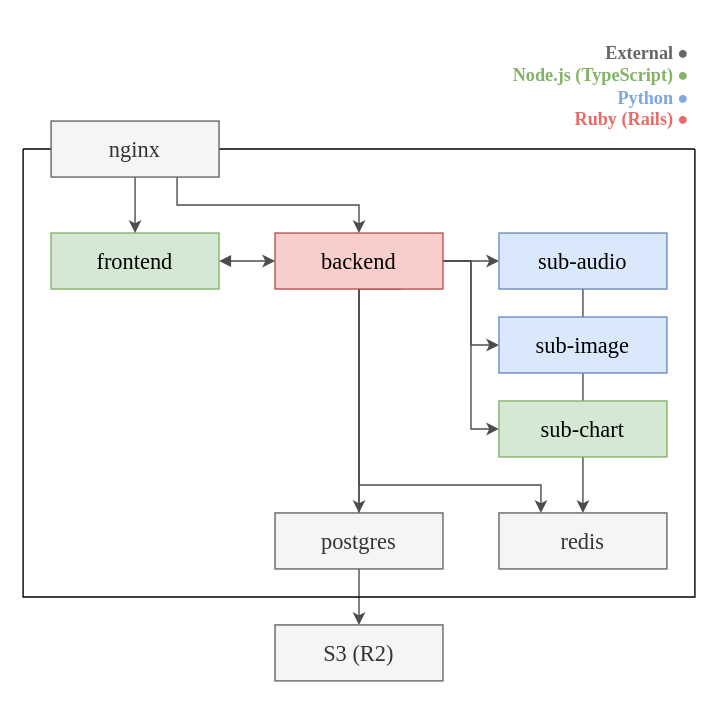
Above: architecture.svg in sevenc-nanashi/chart_cyanvas (draw.io), before the change. Source tidied: cells renumbered, new cells last; positions are measured from the earlier drawing's top-left corner, leaving out a move shared by most shapes. Source of this version:
```xml
<mxGraphModel>
  <root>
    <mxCell id="0" />
    <mxCell id="1" parent="0" />
    <mxCell id="2" style="edgeStyle=orthogonalEdgeStyle;rounded=0;jettySize=auto;html=1;exitX=0.5;exitY=1;exitDx=0;exitDy=0;entryX=0.5;entryY=0;entryDx=0;entryDy=0;strokeColor=#4D4D4D;fontFamily=&quot;Rounded M+ 1p Unhinted&quot;;fontSize=13;fontColor=#7EA6E0;startArrow=none;startFill=0;" parent="1" edge="1" source="12" target="16">
      <mxGeometry relative="1" as="geometry" />
    </mxCell>
    <mxCell id="3" style="edgeStyle=orthogonalEdgeStyle;rounded=0;jettySize=auto;html=1;exitX=1;exitY=0.5;exitDx=0;exitDy=0;entryX=0;entryY=0.5;entryDx=0;entryDy=0;strokeColor=#4D4D4D;fontFamily=&quot;Rounded M+ 1p Unhinted&quot;;fontSize=16;startArrow=none;startFill=0;" parent="1" edge="1" source="9" target="12">
      <mxGeometry relative="1" as="geometry" />
    </mxCell>
    <mxCell id="4" style="edgeStyle=orthogonalEdgeStyle;rounded=0;jettySize=auto;html=1;exitX=1;exitY=0.5;exitDx=0;exitDy=0;entryX=0;entryY=0.5;entryDx=0;entryDy=0;strokeColor=#4D4D4D;fontFamily=&quot;Rounded M+ 1p Unhinted&quot;;fontSize=16;startArrow=none;startFill=0;" parent="1" edge="1" source="9" target="13">
      <mxGeometry relative="1" as="geometry" />
    </mxCell>
    <mxCell id="5" style="edgeStyle=orthogonalEdgeStyle;rounded=0;jettySize=auto;html=1;exitX=1;exitY=0.5;exitDx=0;exitDy=0;entryX=0;entryY=0.5;entryDx=0;entryDy=0;strokeColor=#4D4D4D;fontFamily=&quot;Rounded M+ 1p Unhinted&quot;;fontSize=16;startArrow=none;startFill=0;" parent="1" edge="1" source="9" target="14">
      <mxGeometry relative="1" as="geometry" />
    </mxCell>
    <mxCell id="6" style="edgeStyle=orthogonalEdgeStyle;rounded=0;jettySize=auto;html=1;exitX=0.5;exitY=1;exitDx=0;exitDy=0;entryX=0.25;entryY=0;entryDx=0;entryDy=0;strokeColor=#4D4D4D;fontFamily=&quot;Rounded M+ 1p Unhinted&quot;;fontSize=13;fontColor=#7EA6E0;startArrow=none;startFill=0;" parent="1" edge="1" source="9" target="16">
      <mxGeometry relative="1" as="geometry">
        <Array as="points">
          <mxPoint x="240" y="330" />
          <mxPoint x="370" y="330" />
        </Array>
      </mxGeometry>
    </mxCell>
    <mxCell id="7" style="edgeStyle=orthogonalEdgeStyle;rounded=0;jettySize=auto;html=1;exitX=0.75;exitY=1;exitDx=0;exitDy=0;entryX=0.5;entryY=0;entryDx=0;entryDy=0;strokeColor=#4D4D4D;fontFamily=&quot;Rounded M+ 1p Unhinted&quot;;fontSize=13;fontColor=#7EA6E0;startArrow=none;startFill=0;" parent="1" edge="1" source="9" target="17">
      <mxGeometry relative="1" as="geometry">
        <Array as="points">
          <mxPoint x="240" y="190" />
        </Array>
      </mxGeometry>
    </mxCell>
    <mxCell id="8" style="edgeStyle=orthogonalEdgeStyle;rounded=0;jettySize=auto;html=1;exitX=0.5;exitY=1;exitDx=0;exitDy=0;entryX=0.5;entryY=0;entryDx=0;entryDy=0;strokeColor=#4D4D4D;fontFamily=&quot;Rounded M+ 1p Unhinted&quot;;fontSize=13;fontColor=#7EA6E0;startArrow=none;startFill=0;" parent="1" edge="1" source="9" target="21">
      <mxGeometry relative="1" as="geometry" />
    </mxCell>
    <mxCell id="9" value="backend" style="rounded=0;whiteSpace=wrap;html=1;fontFamily=&quot;Rounded M+ 1p Unhinted&quot;;fontSize=16;fillColor=#f8cecc;strokeColor=#b85450;" parent="1" vertex="1">
      <mxGeometry x="180" y="150" width="120" height="40" as="geometry" />
    </mxCell>
    <mxCell id="10" style="edgeStyle=orthogonalEdgeStyle;rounded=0;jettySize=auto;html=1;exitX=1;exitY=0.5;exitDx=0;exitDy=0;entryX=0;entryY=0.5;entryDx=0;entryDy=0;strokeColor=#4D4D4D;fontFamily=&quot;Rounded M+ 1p Unhinted&quot;;fontSize=16;startArrow=block;startFill=1;" parent="1" edge="1" source="11" target="9">
      <mxGeometry relative="1" as="geometry" />
    </mxCell>
    <mxCell id="11" value="frontend" style="rounded=0;whiteSpace=wrap;html=1;fontFamily=&quot;Rounded M+ 1p Unhinted&quot;;fontSize=16;fillColor=#d5e8d4;strokeColor=#82B366;" parent="1" vertex="1">
      <mxGeometry x="20" y="150" width="120" height="40" as="geometry" />
    </mxCell>
    <mxCell id="12" value="sub-audio" style="rounded=0;whiteSpace=wrap;html=1;fontFamily=&quot;Rounded M+ 1p Unhinted&quot;;fontSize=16;fillColor=#dae8fc;strokeColor=#6c8ebf;" parent="1" vertex="1">
      <mxGeometry x="340" y="150" width="120" height="40" as="geometry" />
    </mxCell>
    <mxCell id="13" value="sub-image" style="rounded=0;whiteSpace=wrap;html=1;fontFamily=&quot;Rounded M+ 1p Unhinted&quot;;fontSize=16;fillColor=#dae8fc;strokeColor=#6c8ebf;" parent="1" vertex="1">
      <mxGeometry x="340" y="210" width="120" height="40" as="geometry" />
    </mxCell>
    <mxCell id="14" value="sub-sus" style="rounded=0;whiteSpace=wrap;html=1;fontFamily=&quot;Rounded M+ 1p Unhinted&quot;;fontSize=16;fillColor=#d5e8d4;strokeColor=#82b366;" parent="1" vertex="1">
      <mxGeometry x="340" y="270" width="120" height="40" as="geometry" />
    </mxCell>
    <mxCell id="15" style="swimlane;startSize=0;fontFamily=&quot;Rounded M+ 1p Unhinted&quot;;fontSize=16;" parent="1" vertex="1">
      <mxGeometry y="90" width="480" height="320" as="geometry" />
    </mxCell>
    <mxCell id="16" value="redis" style="rounded=0;whiteSpace=wrap;html=1;fontFamily=&quot;Rounded M+ 1p Unhinted&quot;;fontSize=16;fillColor=#f5f5f5;fontColor=#333333;strokeColor=#666666;" parent="15" vertex="1">
      <mxGeometry x="340" y="260" width="120" height="40" as="geometry" />
    </mxCell>
    <mxCell id="17" value="postgres" style="rounded=0;whiteSpace=wrap;html=1;fontFamily=&quot;Rounded M+ 1p Unhinted&quot;;fontSize=16;fillColor=#f5f5f5;fontColor=#333333;strokeColor=#666666;" parent="15" vertex="1">
      <mxGeometry x="180" y="260" width="120" height="40" as="geometry" />
    </mxCell>
    <mxCell id="18" style="edgeStyle=orthogonalEdgeStyle;rounded=0;jettySize=auto;html=1;exitX=0.5;exitY=1;exitDx=0;exitDy=0;entryX=0.5;entryY=0;entryDx=0;entryDy=0;fontFamily=&quot;Rounded M+ 1p Unhinted&quot;;fontSize=16;strokeColor=#4D4D4D;" parent="1" edge="1" source="20" target="11">
      <mxGeometry relative="1" as="geometry" />
    </mxCell>
    <mxCell id="19" style="edgeStyle=orthogonalEdgeStyle;rounded=0;jettySize=auto;html=1;exitX=0.75;exitY=1;exitDx=0;exitDy=0;strokeColor=#4D4D4D;fontFamily=&quot;Rounded M+ 1p Unhinted&quot;;fontSize=16;" parent="1" edge="1" source="20" target="9">
      <mxGeometry relative="1" as="geometry" />
    </mxCell>
    <mxCell id="20" value="nginx" style="rounded=0;whiteSpace=wrap;html=1;fontFamily=&quot;Rounded M+ 1p Unhinted&quot;;fontSize=16;fillColor=#F5F5F5;fontColor=#333333;strokeColor=#666666;" parent="1" vertex="1">
      <mxGeometry x="20" y="70" width="120" height="40" as="geometry" />
    </mxCell>
    <mxCell id="21" value="S3 (R2)" style="rounded=0;whiteSpace=wrap;html=1;fontFamily=&quot;Rounded M+ 1p Unhinted&quot;;fontSize=16;fillColor=#f5f5f5;fontColor=#333333;strokeColor=#666666;" parent="1" vertex="1">
      <mxGeometry x="180" y="430" width="120" height="40" as="geometry" />
    </mxCell>
    <mxCell id="22" value="External ●&lt;br style=&quot;font-size: 13px;&quot;&gt;&lt;font color=&quot;#82b366&quot; style=&quot;font-size: 13px;&quot;&gt;Node.js (TypeScript) ●&lt;/font&gt;&lt;br style=&quot;font-size: 13px;&quot;&gt;&lt;font color=&quot;#7ea6e0&quot; style=&quot;font-size: 13px;&quot;&gt;Python ●&lt;/font&gt;&lt;br style=&quot;font-size: 13px;&quot;&gt;&lt;font color=&quot;#ea6b66&quot; style=&quot;font-size: 13px;&quot;&gt;Ruby (Rails) ●&lt;/font&gt;" style="text;html=1;strokeColor=none;fillColor=none;align=right;verticalAlign=middle;whiteSpace=wrap;rounded=0;fontSize=13;fontFamily=&quot;Rounded M+ 1p Unhinted&quot;;fontColor=#666;spacing=4;horizontal=1;fontStyle=1;" parent="1" vertex="1">
      <mxGeometry x="200" width="280" height="90" as="geometry" />
    </mxCell>
  </root>
</mxGraphModel>
```
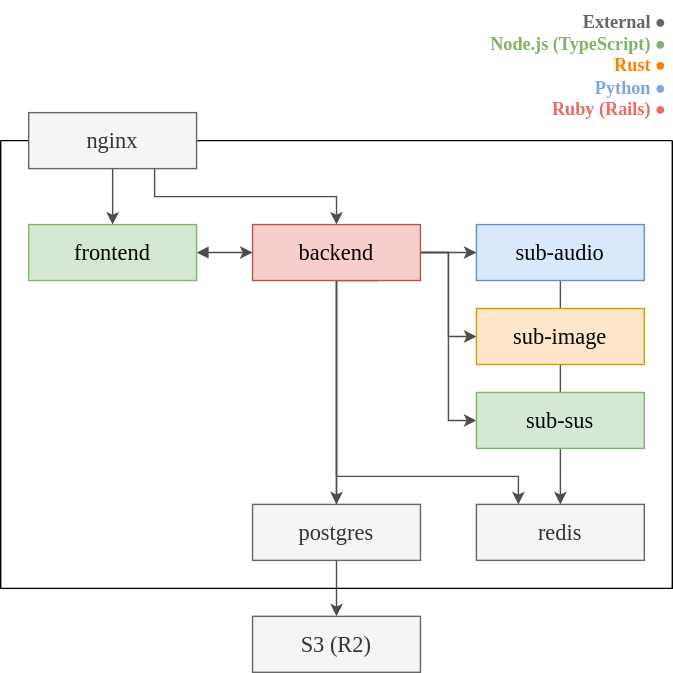
After the change.

The edit, as a diff of the source:
```diff
@@ -2,19 +2,19 @@
   <root>
     <mxCell id="0" />
     <mxCell id="1" parent="0" />
-    <mxCell id="2" style="edgeStyle=orthogonalEdgeStyle;rounded=0;jettySize=auto;html=1;exitX=0.5;exitY=1;exitDx=0;exitDy=0;entryX=0.5;entryY=0;entryDx=0;entryDy=0;strokeColor=#4D4D4D;fontFamily=&quot;Rounded M+ 1p Unhinted&quot;;fontSize=13;fontColor=#7EA6E0;startArrow=none;startFill=0;" parent="1" edge="1" source="12" target="16">
+    <mxCell id="2" style="edgeStyle=orthogonalEdgeStyle;rounded=0;jettySize=auto;html=1;exitX=0.5;exitY=1;exitDx=0;exitDy=0;entryX=0.5;entryY=0;entryDx=0;entryDy=0;strokeColor=#4D4D4D;fontFamily= M PLUS 1p;fontSize=13;fontColor=#7EA6E0;startArrow=none;startFill=0;fontSource=https%3A%2F%2Ffonts.googleapis.com%2Fcss%3Ffamily%3D%2BM%2BPLUS%2B1p;" parent="1" edge="1" source="12" target="16">
       <mxGeometry relative="1" as="geometry" />
     </mxCell>
-    <mxCell id="3" style="edgeStyle=orthogonalEdgeStyle;rounded=0;jettySize=auto;html=1;exitX=1;exitY=0.5;exitDx=0;exitDy=0;entryX=0;entryY=0.5;entryDx=0;entryDy=0;strokeColor=#4D4D4D;fontFamily=&quot;Rounded M+ 1p Unhinted&quot;;fontSize=16;startArrow=none;startFill=0;" parent="1" edge="1" source="9" target="12">
+    <mxCell id="3" style="edgeStyle=orthogonalEdgeStyle;rounded=0;jettySize=auto;html=1;exitX=1;exitY=0.5;exitDx=0;exitDy=0;entryX=0;entryY=0.5;entryDx=0;entryDy=0;strokeColor=#4D4D4D;fontFamily= M PLUS 1p;fontSize=16;startArrow=none;startFill=0;fontSource=https%3A%2F%2Ffonts.googleapis.com%2Fcss%3Ffamily%3D%2BM%2BPLUS%2B1p;" parent="1" edge="1" source="9" target="12">
       <mxGeometry relative="1" as="geometry" />
     </mxCell>
-    <mxCell id="4" style="edgeStyle=orthogonalEdgeStyle;rounded=0;jettySize=auto;html=1;exitX=1;exitY=0.5;exitDx=0;exitDy=0;entryX=0;entryY=0.5;entryDx=0;entryDy=0;strokeColor=#4D4D4D;fontFamily=&quot;Rounded M+ 1p Unhinted&quot;;fontSize=16;startArrow=none;startFill=0;" parent="1" edge="1" source="9" target="13">
+    <mxCell id="4" style="edgeStyle=orthogonalEdgeStyle;rounded=0;jettySize=auto;html=1;exitX=1;exitY=0.5;exitDx=0;exitDy=0;entryX=0;entryY=0.5;entryDx=0;entryDy=0;strokeColor=#4D4D4D;fontFamily= M PLUS 1p;fontSize=16;startArrow=none;startFill=0;fontSource=https%3A%2F%2Ffonts.googleapis.com%2Fcss%3Ffamily%3D%2BM%2BPLUS%2B1p;" parent="1" edge="1" source="9" target="13">
       <mxGeometry relative="1" as="geometry" />
     </mxCell>
-    <mxCell id="5" style="edgeStyle=orthogonalEdgeStyle;rounded=0;jettySize=auto;html=1;exitX=1;exitY=0.5;exitDx=0;exitDy=0;entryX=0;entryY=0.5;entryDx=0;entryDy=0;strokeColor=#4D4D4D;fontFamily=&quot;Rounded M+ 1p Unhinted&quot;;fontSize=16;startArrow=none;startFill=0;" parent="1" edge="1" source="9" target="14">
+    <mxCell id="5" style="edgeStyle=orthogonalEdgeStyle;rounded=0;jettySize=auto;html=1;exitX=1;exitY=0.5;exitDx=0;exitDy=0;entryX=0;entryY=0.5;entryDx=0;entryDy=0;strokeColor=#4D4D4D;fontFamily= M PLUS 1p;fontSize=16;startArrow=none;startFill=0;fontSource=https%3A%2F%2Ffonts.googleapis.com%2Fcss%3Ffamily%3D%2BM%2BPLUS%2B1p;" parent="1" edge="1" source="9" target="14">
       <mxGeometry relative="1" as="geometry" />
     </mxCell>
-    <mxCell id="6" style="edgeStyle=orthogonalEdgeStyle;rounded=0;jettySize=auto;html=1;exitX=0.5;exitY=1;exitDx=0;exitDy=0;entryX=0.25;entryY=0;entryDx=0;entryDy=0;strokeColor=#4D4D4D;fontFamily=&quot;Rounded M+ 1p Unhinted&quot;;fontSize=13;fontColor=#7EA6E0;startArrow=none;startFill=0;" parent="1" edge="1" source="9" target="16">
+    <mxCell id="6" style="edgeStyle=orthogonalEdgeStyle;rounded=0;jettySize=auto;html=1;exitX=0.5;exitY=1;exitDx=0;exitDy=0;entryX=0.25;entryY=0;entryDx=0;entryDy=0;strokeColor=#4D4D4D;fontFamily= M PLUS 1p;fontSize=13;fontColor=#7EA6E0;startArrow=none;startFill=0;fontSource=https%3A%2F%2Ffonts.googleapis.com%2Fcss%3Ffamily%3D%2BM%2BPLUS%2B1p;" parent="1" edge="1" source="9" target="16">
       <mxGeometry relative="1" as="geometry">
         <Array as="points">
           <mxPoint x="240" y="330" />
@@ -22,57 +22,57 @@
         </Array>
       </mxGeometry>
     </mxCell>
-    <mxCell id="7" style="edgeStyle=orthogonalEdgeStyle;rounded=0;jettySize=auto;html=1;exitX=0.75;exitY=1;exitDx=0;exitDy=0;entryX=0.5;entryY=0;entryDx=0;entryDy=0;strokeColor=#4D4D4D;fontFamily=&quot;Rounded M+ 1p Unhinted&quot;;fontSize=13;fontColor=#7EA6E0;startArrow=none;startFill=0;" parent="1" edge="1" source="9" target="17">
+    <mxCell id="7" style="edgeStyle=orthogonalEdgeStyle;rounded=0;jettySize=auto;html=1;exitX=0.75;exitY=1;exitDx=0;exitDy=0;entryX=0.5;entryY=0;entryDx=0;entryDy=0;strokeColor=#4D4D4D;fontFamily= M PLUS 1p;fontSize=13;fontColor=#7EA6E0;startArrow=none;startFill=0;fontSource=https%3A%2F%2Ffonts.googleapis.com%2Fcss%3Ffamily%3D%2BM%2BPLUS%2B1p;" parent="1" edge="1" source="9" target="17">
       <mxGeometry relative="1" as="geometry">
         <Array as="points">
           <mxPoint x="240" y="190" />
         </Array>
       </mxGeometry>
     </mxCell>
-    <mxCell id="8" style="edgeStyle=orthogonalEdgeStyle;rounded=0;jettySize=auto;html=1;exitX=0.5;exitY=1;exitDx=0;exitDy=0;entryX=0.5;entryY=0;entryDx=0;entryDy=0;strokeColor=#4D4D4D;fontFamily=&quot;Rounded M+ 1p Unhinted&quot;;fontSize=13;fontColor=#7EA6E0;startArrow=none;startFill=0;" parent="1" edge="1" source="9" target="21">
+    <mxCell id="8" style="edgeStyle=orthogonalEdgeStyle;rounded=0;jettySize=auto;html=1;exitX=0.5;exitY=1;exitDx=0;exitDy=0;entryX=0.5;entryY=0;entryDx=0;entryDy=0;strokeColor=#4D4D4D;fontFamily= M PLUS 1p;fontSize=13;fontColor=#7EA6E0;startArrow=none;startFill=0;fontSource=https%3A%2F%2Ffonts.googleapis.com%2Fcss%3Ffamily%3D%2BM%2BPLUS%2B1p;" parent="1" edge="1" source="9" target="21">
       <mxGeometry relative="1" as="geometry" />
     </mxCell>
-    <mxCell id="9" value="backend" style="rounded=0;whiteSpace=wrap;html=1;fontFamily=&quot;Rounded M+ 1p Unhinted&quot;;fontSize=16;fillColor=#f8cecc;strokeColor=#b85450;" parent="1" vertex="1">
+    <mxCell id="9" value="backend" style="rounded=0;whiteSpace=wrap;html=1;fontFamily= M PLUS 1p;fontSize=16;fillColor=#f8cecc;strokeColor=#b85450;fontSource=https%3A%2F%2Ffonts.googleapis.com%2Fcss%3Ffamily%3D%2BM%2BPLUS%2B1p;" parent="1" vertex="1">
       <mxGeometry x="180" y="150" width="120" height="40" as="geometry" />
     </mxCell>
-    <mxCell id="10" style="edgeStyle=orthogonalEdgeStyle;rounded=0;jettySize=auto;html=1;exitX=1;exitY=0.5;exitDx=0;exitDy=0;entryX=0;entryY=0.5;entryDx=0;entryDy=0;strokeColor=#4D4D4D;fontFamily=&quot;Rounded M+ 1p Unhinted&quot;;fontSize=16;startArrow=block;startFill=1;" parent="1" edge="1" source="11" target="9">
+    <mxCell id="10" style="edgeStyle=orthogonalEdgeStyle;rounded=0;jettySize=auto;html=1;exitX=1;exitY=0.5;exitDx=0;exitDy=0;entryX=0;entryY=0.5;entryDx=0;entryDy=0;strokeColor=#4D4D4D;fontFamily= M PLUS 1p;fontSize=16;startArrow=block;startFill=1;fontSource=https%3A%2F%2Ffonts.googleapis.com%2Fcss%3Ffamily%3D%2BM%2BPLUS%2B1p;" parent="1" edge="1" source="11" target="9">
       <mxGeometry relative="1" as="geometry" />
     </mxCell>
-    <mxCell id="11" value="frontend" style="rounded=0;whiteSpace=wrap;html=1;fontFamily=&quot;Rounded M+ 1p Unhinted&quot;;fontSize=16;fillColor=#d5e8d4;strokeColor=#82B366;" parent="1" vertex="1">
+    <mxCell id="11" value="frontend" style="rounded=0;whiteSpace=wrap;html=1;fontFamily= M PLUS 1p;fontSize=16;fillColor=#d5e8d4;strokeColor=#82B366;fontSource=https%3A%2F%2Ffonts.googleapis.com%2Fcss%3Ffamily%3D%2BM%2BPLUS%2B1p;" parent="1" vertex="1">
       <mxGeometry x="20" y="150" width="120" height="40" as="geometry" />
     </mxCell>
-    <mxCell id="12" value="sub-audio" style="rounded=0;whiteSpace=wrap;html=1;fontFamily=&quot;Rounded M+ 1p Unhinted&quot;;fontSize=16;fillColor=#dae8fc;strokeColor=#6c8ebf;" parent="1" vertex="1">
+    <mxCell id="12" value="sub-audio" style="rounded=0;whiteSpace=wrap;html=1;fontFamily= M PLUS 1p;fontSize=16;fillColor=#dae8fc;strokeColor=#6c8ebf;fontSource=https%3A%2F%2Ffonts.googleapis.com%2Fcss%3Ffamily%3D%2BM%2BPLUS%2B1p;" parent="1" vertex="1">
       <mxGeometry x="340" y="150" width="120" height="40" as="geometry" />
     </mxCell>
-    <mxCell id="13" value="sub-image" style="rounded=0;whiteSpace=wrap;html=1;fontFamily=&quot;Rounded M+ 1p Unhinted&quot;;fontSize=16;fillColor=#dae8fc;strokeColor=#6c8ebf;" parent="1" vertex="1">
+    <mxCell id="13" value="sub-image" style="rounded=0;whiteSpace=wrap;html=1;fontFamily= M PLUS 1p;fontSize=16;fillColor=#ffe6cc;strokeColor=#d79b00;fontSource=https%3A%2F%2Ffonts.googleapis.com%2Fcss%3Ffamily%3D%2BM%2BPLUS%2B1p;" parent="1" vertex="1">
       <mxGeometry x="340" y="210" width="120" height="40" as="geometry" />
     </mxCell>
-    <mxCell id="14" value="sub-sus" style="rounded=0;whiteSpace=wrap;html=1;fontFamily=&quot;Rounded M+ 1p Unhinted&quot;;fontSize=16;fillColor=#d5e8d4;strokeColor=#82b366;" parent="1" vertex="1">
+    <mxCell id="14" value="sub-sus" style="rounded=0;whiteSpace=wrap;html=1;fontFamily= M PLUS 1p;fontSize=16;fillColor=#d5e8d4;strokeColor=#82b366;fontSource=https%3A%2F%2Ffonts.googleapis.com%2Fcss%3Ffamily%3D%2BM%2BPLUS%2B1p;" parent="1" vertex="1">
       <mxGeometry x="340" y="270" width="120" height="40" as="geometry" />
     </mxCell>
-    <mxCell id="15" style="swimlane;startSize=0;fontFamily=&quot;Rounded M+ 1p Unhinted&quot;;fontSize=16;" parent="1" vertex="1">
+    <mxCell id="15" style="swimlane;startSize=0;fontFamily= M PLUS 1p;fontSize=16;fontSource=https%3A%2F%2Ffonts.googleapis.com%2Fcss%3Ffamily%3D%2BM%2BPLUS%2B1p;" parent="1" vertex="1">
       <mxGeometry y="90" width="480" height="320" as="geometry" />
     </mxCell>
-    <mxCell id="16" value="redis" style="rounded=0;whiteSpace=wrap;html=1;fontFamily=&quot;Rounded M+ 1p Unhinted&quot;;fontSize=16;fillColor=#f5f5f5;fontColor=#333333;strokeColor=#666666;" parent="15" vertex="1">
+    <mxCell id="16" value="redis" style="rounded=0;whiteSpace=wrap;html=1;fontFamily= M PLUS 1p;fontSize=16;fillColor=#f5f5f5;fontColor=#333333;strokeColor=#666666;fontSource=https%3A%2F%2Ffonts.googleapis.com%2Fcss%3Ffamily%3D%2BM%2BPLUS%2B1p;" parent="15" vertex="1">
       <mxGeometry x="340" y="260" width="120" height="40" as="geometry" />
     </mxCell>
-    <mxCell id="17" value="postgres" style="rounded=0;whiteSpace=wrap;html=1;fontFamily=&quot;Rounded M+ 1p Unhinted&quot;;fontSize=16;fillColor=#f5f5f5;fontColor=#333333;strokeColor=#666666;" parent="15" vertex="1">
+    <mxCell id="17" value="postgres" style="rounded=0;whiteSpace=wrap;html=1;fontFamily= M PLUS 1p;fontSize=16;fillColor=#f5f5f5;fontColor=#333333;strokeColor=#666666;fontSource=https%3A%2F%2Ffonts.googleapis.com%2Fcss%3Ffamily%3D%2BM%2BPLUS%2B1p;" parent="15" vertex="1">
       <mxGeometry x="180" y="260" width="120" height="40" as="geometry" />
     </mxCell>
-    <mxCell id="18" style="edgeStyle=orthogonalEdgeStyle;rounded=0;jettySize=auto;html=1;exitX=0.5;exitY=1;exitDx=0;exitDy=0;entryX=0.5;entryY=0;entryDx=0;entryDy=0;fontFamily=&quot;Rounded M+ 1p Unhinted&quot;;fontSize=16;strokeColor=#4D4D4D;" parent="1" edge="1" source="20" target="11">
+    <mxCell id="18" style="edgeStyle=orthogonalEdgeStyle;rounded=0;jettySize=auto;html=1;exitX=0.5;exitY=1;exitDx=0;exitDy=0;entryX=0.5;entryY=0;entryDx=0;entryDy=0;fontFamily= M PLUS 1p;fontSize=16;strokeColor=#4D4D4D;fontSource=https%3A%2F%2Ffonts.googleapis.com%2Fcss%3Ffamily%3D%2BM%2BPLUS%2B1p;" parent="1" edge="1" source="20" target="11">
       <mxGeometry relative="1" as="geometry" />
     </mxCell>
-    <mxCell id="19" style="edgeStyle=orthogonalEdgeStyle;rounded=0;jettySize=auto;html=1;exitX=0.75;exitY=1;exitDx=0;exitDy=0;strokeColor=#4D4D4D;fontFamily=&quot;Rounded M+ 1p Unhinted&quot;;fontSize=16;" parent="1" edge="1" source="20" target="9">
+    <mxCell id="19" style="edgeStyle=orthogonalEdgeStyle;rounded=0;jettySize=auto;html=1;exitX=0.75;exitY=1;exitDx=0;exitDy=0;strokeColor=#4D4D4D;fontFamily= M PLUS 1p;fontSize=16;fontSource=https%3A%2F%2Ffonts.googleapis.com%2Fcss%3Ffamily%3D%2BM%2BPLUS%2B1p;" parent="1" edge="1" source="20" target="9">
       <mxGeometry relative="1" as="geometry" />
     </mxCell>
-    <mxCell id="20" value="nginx" style="rounded=0;whiteSpace=wrap;html=1;fontFamily=&quot;Rounded M+ 1p Unhinted&quot;;fontSize=16;fillColor=#F5F5F5;fontColor=#333333;strokeColor=#666666;" parent="1" vertex="1">
+    <mxCell id="20" value="nginx" style="rounded=0;whiteSpace=wrap;html=1;fontFamily= M PLUS 1p;fontSize=16;fillColor=#F5F5F5;fontColor=#333333;strokeColor=#666666;fontSource=https%3A%2F%2Ffonts.googleapis.com%2Fcss%3Ffamily%3D%2BM%2BPLUS%2B1p;" parent="1" vertex="1">
       <mxGeometry x="20" y="70" width="120" height="40" as="geometry" />
     </mxCell>
-    <mxCell id="21" value="S3 (R2)" style="rounded=0;whiteSpace=wrap;html=1;fontFamily=&quot;Rounded M+ 1p Unhinted&quot;;fontSize=16;fillColor=#f5f5f5;fontColor=#333333;strokeColor=#666666;" parent="1" vertex="1">
+    <mxCell id="21" value="S3 (R2)" style="rounded=0;whiteSpace=wrap;html=1;fontFamily= M PLUS 1p;fontSize=16;fillColor=#f5f5f5;fontColor=#333333;strokeColor=#666666;fontSource=https%3A%2F%2Ffonts.googleapis.com%2Fcss%3Ffamily%3D%2BM%2BPLUS%2B1p;" parent="1" vertex="1">
       <mxGeometry x="180" y="430" width="120" height="40" as="geometry" />
     </mxCell>
-    <mxCell id="22" value="External ●&lt;br style=&quot;font-size: 13px;&quot;&gt;&lt;font color=&quot;#82b366&quot; style=&quot;font-size: 13px;&quot;&gt;Node.js (TypeScript) ●&lt;/font&gt;&lt;br style=&quot;font-size: 13px;&quot;&gt;&lt;font color=&quot;#7ea6e0&quot; style=&quot;font-size: 13px;&quot;&gt;Python ●&lt;/font&gt;&lt;br style=&quot;font-size: 13px;&quot;&gt;&lt;font color=&quot;#ea6b66&quot; style=&quot;font-size: 13px;&quot;&gt;Ruby (Rails) ●&lt;/font&gt;" style="text;html=1;strokeColor=none;fillColor=none;align=right;verticalAlign=middle;whiteSpace=wrap;rounded=0;fontSize=13;fontFamily=&quot;Rounded M+ 1p Unhinted&quot;;fontColor=#666;spacing=4;horizontal=1;fontStyle=1;" parent="1" vertex="1">
-      <mxGeometry x="200" width="280" height="90" as="geometry" />
+    <mxCell id="22" value="External ●&lt;br style=&quot;font-size: 13px;&quot;&gt;&lt;font color=&quot;#82b366&quot; style=&quot;font-size: 13px;&quot;&gt;Node.js (TypeScript) ●&lt;br&gt;&lt;/font&gt;&lt;font color=&quot;#ff8000&quot;&gt;Rust ●&lt;/font&gt;&lt;br style=&quot;font-size: 13px;&quot;&gt;&lt;font color=&quot;#7ea6e0&quot; style=&quot;font-size: 13px;&quot;&gt;Python ●&lt;/font&gt;&lt;br style=&quot;font-size: 13px;&quot;&gt;&lt;font color=&quot;#ea6b66&quot; style=&quot;font-size: 13px;&quot;&gt;Ruby (Rails) ●&lt;/font&gt;" style="text;html=1;strokeColor=none;fillColor=none;align=right;verticalAlign=bottom;whiteSpace=wrap;rounded=0;fontSize=13;fontFamily= M PLUS 1p;fontColor=#666;spacing=4;horizontal=1;fontStyle=1;fontSource=https%3A%2F%2Ffonts.googleapis.com%2Fcss%3Ffamily%3D%2BM%2BPLUS%2B1p;" parent="1" vertex="1">
+      <mxGeometry x="200" y="-10" width="280" height="90" as="geometry" />
     </mxCell>
   </root>
 </mxGraphModel>
```
